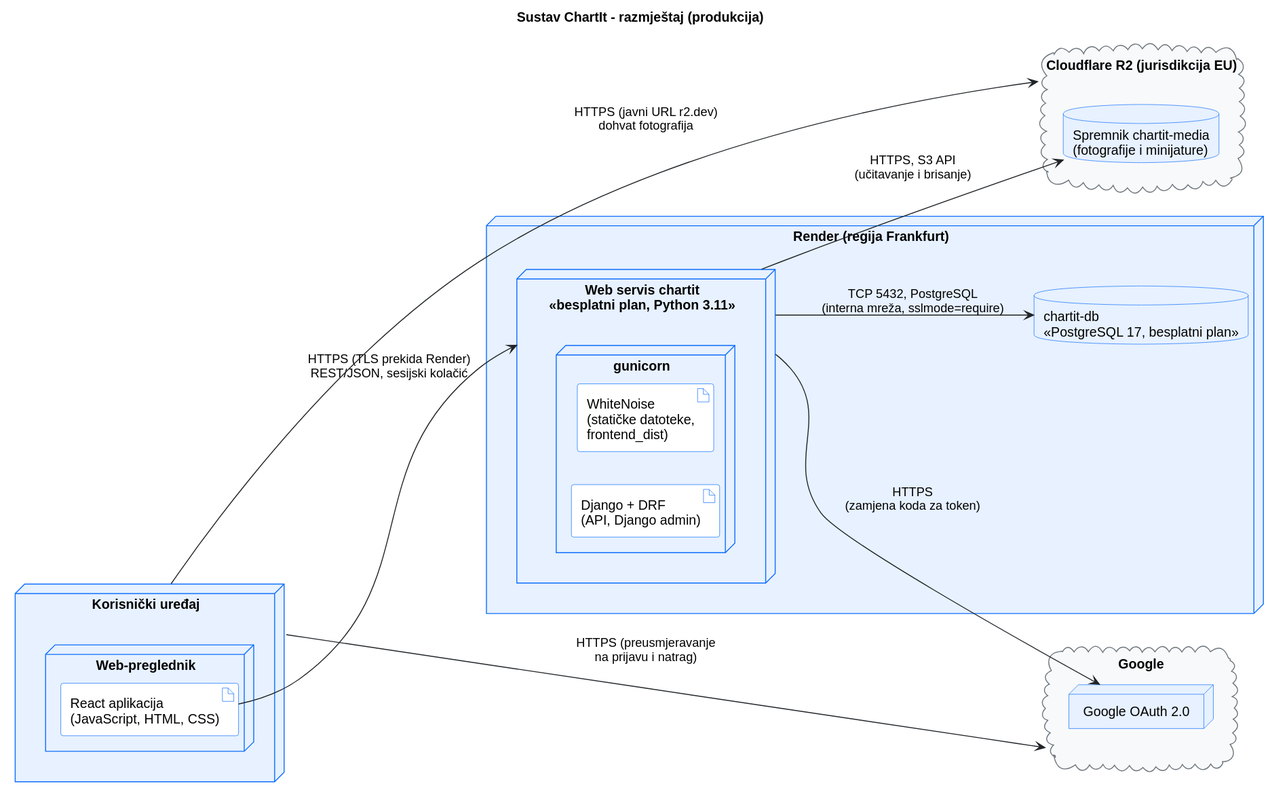
The PlantUML diagram docs/assets/diagrams/6-1-chartit-deploy-DD.svg in tmpteamname1/ChartIt, before a commit.
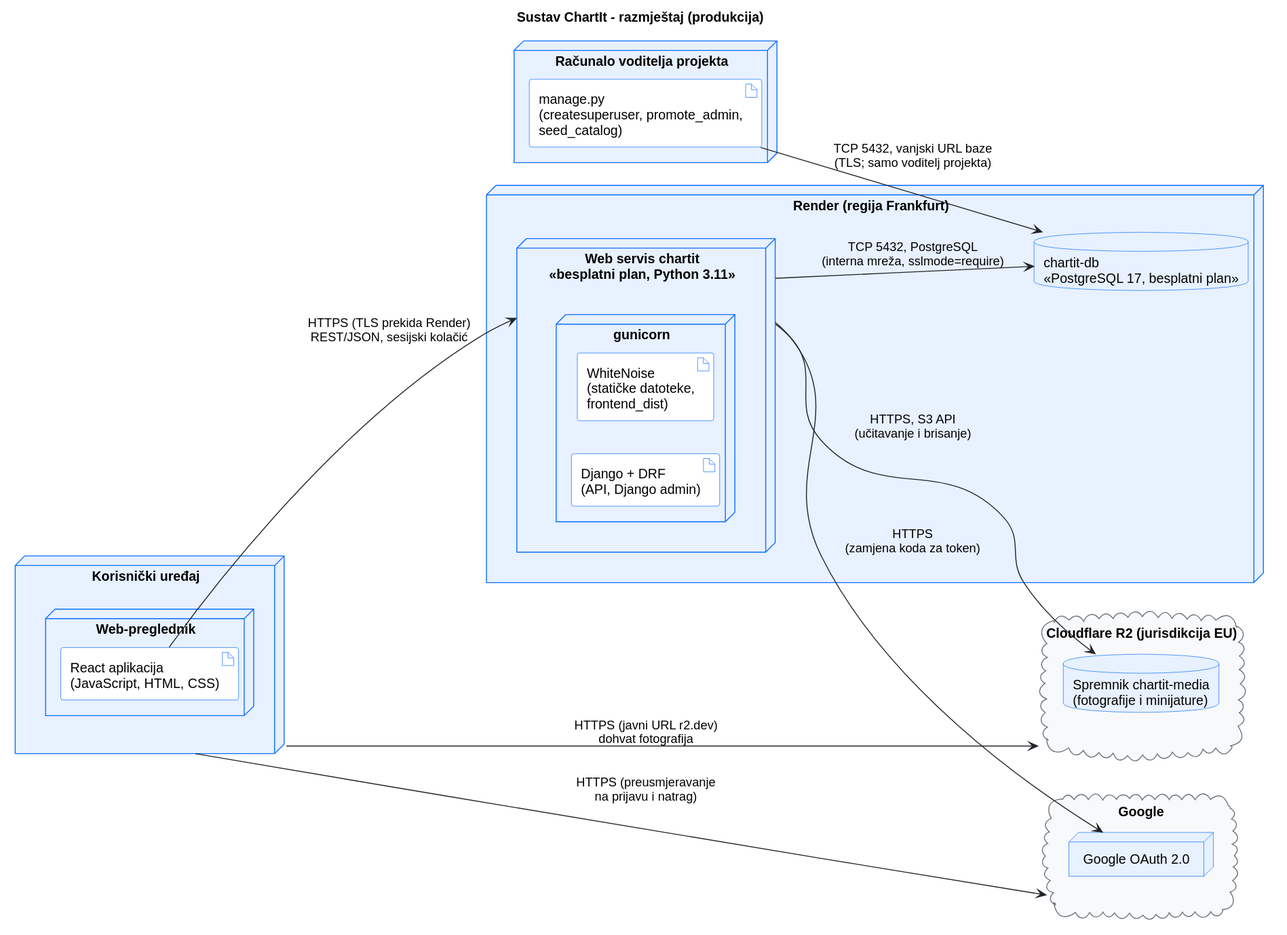
The same file after the commit.

The edit, as a diff of the source:
```diff
@@ -21,6 +21,10 @@
 skinparam cloud {
     BackgroundColor #F8F9FA
     BorderColor #6C757D
+}
+
+node "Računalo voditelja projekta" as admin {
+    artifact "manage.py\n(createsuperuser, promote_admin,\nseed_catalog)" as cli
 }
 
 node "Korisnički uređaj" as client {
@@ -52,5 +56,6 @@
 web --> bucket : HTTPS, S3 API\n(učitavanje i brisanje)
 web --> oauth : HTTPS\n(zamjena koda za token)
 client --> r2 : HTTPS (javni URL r2.dev)\ndohvat fotografija
+cli --> db : TCP 5432, vanjski URL baze\n(TLS; samo voditelj projekta)
 client --> google : HTTPS (preusmjeravanje\nna prijavu i natrag)
 @enduml
```
